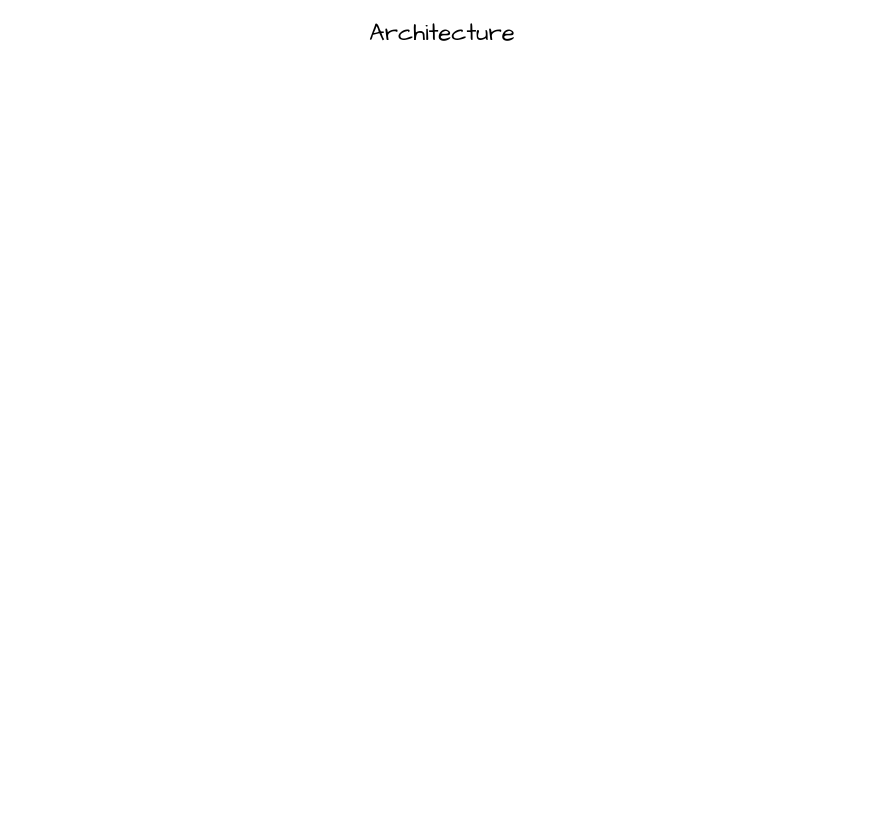
The draw.io diagram page "SAD" (3 of 4) of docs/architecture/architecture.drawio in agile-factory/kernel, before the edit. Source tidied: cells renumbered, new cells numbered last; positions are measured from the earlier drawing's top-left corner, leaving out a move shared by most shapes. Both pictures are drawn from the tidied source at 100%, with x=0, y=0 at pixel (362, 18).
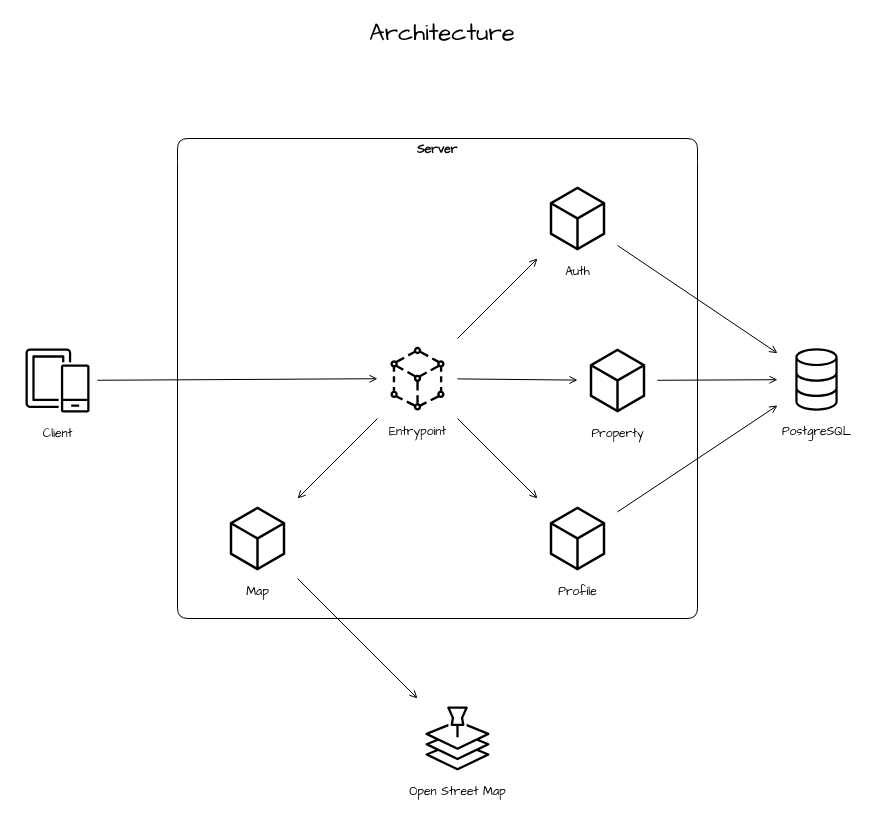
Above is the later version.

Change to the diagram source:
```diff
@@
+    <mxCell id="3" style="rounded=1;jettySize=auto;html=1;curved=0;endArrow=open;endFill=0;flowAnimation=1;" parent="1" edge="1" source="4" target="6">
+      <mxGeometry relative="1" as="geometry" />
+    </mxCell>
+    <mxCell id="4" value="Client" style="sketch=0;outlineConnect=0;fontColor=default;gradientColor=none;strokeColor=default;fillColor=none;dashed=0;verticalLabelPosition=bottom;verticalAlign=top;align=center;html=1;fontSize=12;fontStyle=0;shape=mxgraph.aws4.resourceIcon;resIcon=mxgraph.aws4.mobile;fontFamily=Architects Daughter;points=[[0,0,0],[0.25,0,0],[0.5,0,0],[0.75,0,0],[1,0,0],[0,1,0],[0.25,1,0],[0.5,1,0],[0.75,1,0],[1,1,0],[0,0.25,0],[0,0.5,0],[0,0.75,0],[1,0.25,0],[1,0.5,0],[1,0.75,0]];" parent="1" vertex="1">
+      <mxGeometry x="-345" y="322" width="80" height="80" as="geometry" />
+    </mxCell>
+    <mxCell id="5" value="Server" style="swimlane;whiteSpace=wrap;html=1;fillColor=none;swimlaneLine=0;rounded=1;glass=0;fontFamily=Architects Daughter;fontColor=default;strokeColor=default;" parent="1" vertex="1">
+      <mxGeometry x="-185" y="120" width="520" height="480" as="geometry" />
+    </mxCell>
+    <mxCell id="6" value="Entrypoint" style="sketch=0;outlineConnect=0;fontColor=default;gradientColor=none;strokeColor=default;fillColor=none;dashed=0;verticalLabelPosition=bottom;verticalAlign=top;align=center;fontSize=12;fontStyle=0;shape=mxgraph.aws4.resourceIcon;resIcon=mxgraph.aws4.app_mesh;fontFamily=Architects Daughter;gradientDirection=north;html=1;shadow=0;labelPosition=center;points=[[0,0,0],[0.25,0,0],[0.5,0,0],[0.75,0,0],[1,0,0],[0,1,0],[0.25,1,0],[0.5,1,0],[0.75,1,0],[1,1,0],[0,0.25,0],[0,0.5,0],[0,0.75,0],[1,0.25,0],[1,0.5,0],[1,0.75,0]];" parent="5" vertex="1">
+      <mxGeometry x="200" y="200" width="80" height="80" as="geometry" />
+    </mxCell>
+    <mxCell id="7" value="Auth" style="sketch=0;points=[[0,0,0],[0.25,0,0],[0.5,0,0],[0.75,0,0],[1,0,0],[0,1,0],[0.25,1,0],[0.5,1,0],[0.75,1,0],[1,1,0],[0,0.25,0],[0,0.5,0],[0,0.75,0],[1,0.25,0],[1,0.5,0],[1,0.75,0]];gradientDirection=north;outlineConnect=0;fontColor=default;gradientColor=none;fillColor=none;strokeColor=default;dashed=0;verticalLabelPosition=bottom;verticalAlign=top;align=center;html=1;fontSize=12;fontStyle=0;shape=mxgraph.aws4.resourceIcon;resIcon=mxgraph.aws4.general;fontFamily=Architects Daughter;" parent="5" vertex="1">
+      <mxGeometry x="360" y="40" width="80" height="80" as="geometry" />
+    </mxCell>
+    <mxCell id="8" style="rounded=1;jettySize=auto;html=1;curved=0;endArrow=open;endFill=0;flowAnimation=1;" parent="5" edge="1" source="6" target="7">
+      <mxGeometry relative="1" as="geometry" />
+    </mxCell>
+    <mxCell id="9" value="Map" style="sketch=0;points=[[0,0,0],[0.25,0,0],[0.5,0,0],[0.75,0,0],[1,0,0],[0,1,0],[0.25,1,0],[0.5,1,0],[0.75,1,0],[1,1,0],[0,0.25,0],[0,0.5,0],[0,0.75,0],[1,0.25,0],[1,0.5,0],[1,0.75,0]];gradientDirection=north;outlineConnect=0;fontColor=default;gradientColor=none;fillColor=none;strokeColor=default;dashed=0;verticalLabelPosition=bottom;verticalAlign=top;align=center;html=1;fontSize=12;fontStyle=0;shape=mxgraph.aws4.resourceIcon;resIcon=mxgraph.aws4.general;fontFamily=Architects Daughter;" parent="5" vertex="1">
+      <mxGeometry x="40" y="360" width="80" height="80" as="geometry" />
+    </mxCell>
+    <mxCell id="10" style="rounded=1;jettySize=auto;html=1;curved=0;endArrow=open;endFill=0;flowAnimation=1;" parent="5" edge="1" source="6" target="9">
+      <mxGeometry relative="1" as="geometry" />
+    </mxCell>
+    <mxCell id="11" value="Property" style="sketch=0;points=[[0,0,0],[0.25,0,0],[0.5,0,0],[0.75,0,0],[1,0,0],[0,1,0],[0.25,1,0],[0.5,1,0],[0.75,1,0],[1,1,0],[0,0.25,0],[0,0.5,0],[0,0.75,0],[1,0.25,0],[1,0.5,0],[1,0.75,0]];gradientDirection=north;outlineConnect=0;fontColor=default;gradientColor=none;fillColor=none;strokeColor=default;dashed=0;verticalLabelPosition=bottom;verticalAlign=top;align=center;html=1;fontSize=12;fontStyle=0;shape=mxgraph.aws4.resourceIcon;resIcon=mxgraph.aws4.general;fontFamily=Architects Daughter;" parent="5" vertex="1">
+      <mxGeometry x="400" y="202" width="80" height="80" as="geometry" />
+    </mxCell>
+    <mxCell id="12" style="rounded=1;jettySize=auto;html=1;curved=0;endArrow=open;endFill=0;flowAnimation=1;" parent="5" edge="1" source="6" target="11">
+      <mxGeometry relative="1" as="geometry" />
+    </mxCell>
+    <mxCell id="13" value="Profile" style="sketch=0;points=[[0,0,0],[0.25,0,0],[0.5,0,0],[0.75,0,0],[1,0,0],[0,1,0],[0.25,1,0],[0.5,1,0],[0.75,1,0],[1,1,0],[0,0.25,0],[0,0.5,0],[0,0.75,0],[1,0.25,0],[1,0.5,0],[1,0.75,0]];gradientDirection=north;outlineConnect=0;fontColor=default;gradientColor=none;fillColor=none;strokeColor=default;dashed=0;verticalLabelPosition=bottom;verticalAlign=top;align=center;html=1;fontSize=12;fontStyle=0;shape=mxgraph.aws4.resourceIcon;resIcon=mxgraph.aws4.general;fontFamily=Architects Daughter;" parent="5" vertex="1">
+      <mxGeometry x="360" y="360" width="80" height="80" as="geometry" />
+    </mxCell>
+    <mxCell id="14" style="rounded=1;jettySize=auto;html=1;curved=0;endArrow=open;endFill=0;flowAnimation=1;" parent="5" edge="1" source="6" target="13">
+      <mxGeometry relative="1" as="geometry" />
+    </mxCell>
+    <mxCell id="15" value="Open Street Map" style="sketch=0;points=[[0,0,0],[0.25,0,0],[0.5,0,0],[0.75,0,0],[1,0,0],[0,1,0],[0.25,1,0],[0.5,1,0],[0.75,1,0],[1,1,0],[0,0.25,0],[0,0.5,0],[0,0.75,0],[1,0.25,0],[1,0.5,0],[1,0.75,0]];outlineConnect=0;fontColor=default;fillColor=none;strokeColor=default;dashed=0;verticalLabelPosition=bottom;verticalAlign=top;align=center;html=1;fontSize=12;fontStyle=0;shape=mxgraph.aws4.resourceIcon;resIcon=mxgraph.aws4.location_service;fontFamily=Architects Daughter;" parent="1" vertex="1">
+      <mxGeometry x="55" y="680" width="80" height="80" as="geometry" />
+    </mxCell>
+    <mxCell id="16" style="rounded=1;jettySize=auto;html=1;curved=0;endArrow=open;endFill=0;flowAnimation=1;" parent="1" edge="1" source="9" target="15">
+      <mxGeometry relative="1" as="geometry" />
+    </mxCell>
+    <mxCell id="17" value="PostgreSQL" style="sketch=0;points=[[0,0,0],[0.25,0,0],[0.5,0,0],[0.75,0,0],[1,0,0],[0,1,0],[0.25,1,0],[0.5,1,0],[0.75,1,0],[1,1,0],[0,0.25,0],[0,0.5,0],[0,0.75,0],[1,0.25,0],[1,0.5,0],[1,0.75,0]];outlineConnect=0;fontColor=default;fillColor=none;strokeColor=default;dashed=0;verticalLabelPosition=bottom;verticalAlign=top;align=center;html=1;fontSize=12;fontStyle=0;shape=mxgraph.aws4.resourceIcon;resIcon=mxgraph.aws4.database;fontFamily=Architects Daughter;" parent="1" vertex="1">
+      <mxGeometry x="415" y="322" width="78" height="78" as="geometry" />
+    </mxCell>
+    <mxCell id="18" style="rounded=1;jettySize=auto;html=1;curved=0;endArrow=open;endFill=0;flowAnimation=1;" parent="1" edge="1" source="13" target="17">
+      <mxGeometry relative="1" as="geometry" />
+    </mxCell>
+    <mxCell id="19" style="rounded=1;jettySize=auto;html=1;curved=0;endArrow=open;endFill=0;flowAnimation=1;" parent="1" edge="1" source="11" target="17">
+      <mxGeometry relative="1" as="geometry" />
+    </mxCell>
+    <mxCell id="20" style="rounded=1;jettySize=auto;html=1;curved=0;endArrow=open;endFill=0;flowAnimation=1;" parent="1" edge="1" source="7" target="17">
+      <mxGeometry relative="1" as="geometry" />
+    </mxCell>
```
